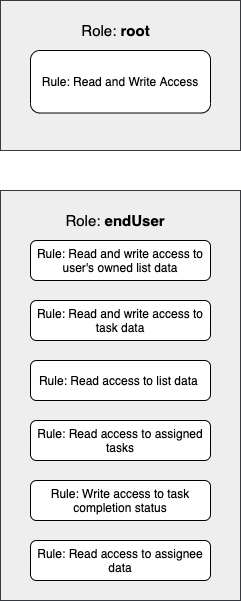
The draw.io diagram src/Images/drawio-images/rules.drawio.png in fluree/to-do-lists-generator, before a commit. Source tidied: cells renumbered, new cells last; positions are measured from the earlier drawing's top-left corner, leaving out a move shared by most shapes. Source of this version:
```xml
<mxGraphModel>
  <root>
    <mxCell id="0" />
    <mxCell id="1" parent="0" />
    <mxCell id="2" style="whiteSpace=wrap;html=1;fillColor=#eeeeee;strokeColor=#36393d;" parent="1" vertex="1">
      <mxGeometry y="190" width="240" height="410" as="geometry" />
    </mxCell>
    <mxCell id="3" style="whiteSpace=wrap;html=1;fillColor=#eeeeee;strokeColor=#36393d;" parent="1" vertex="1">
      <mxGeometry width="240" height="150" as="geometry" />
    </mxCell>
    <mxCell id="4" value="Rule: Read and Write Access" style="rounded=1;whiteSpace=wrap;html=1;" parent="1" vertex="1">
      <mxGeometry x="30" y="50" width="180" height="62.5" as="geometry" />
    </mxCell>
    <mxCell id="5" value="&lt;font style=&quot;font-size: 15px&quot; color=&quot;#000000&quot;&gt;Role: &lt;b&gt;root&lt;/b&gt;&lt;/font&gt;" style="text;html=1;strokeColor=none;fillColor=none;align=center;verticalAlign=middle;whiteSpace=wrap;rounded=0;" parent="1" vertex="1">
      <mxGeometry x="57.5" y="10" width="115" height="40" as="geometry" />
    </mxCell>
    <mxCell id="6" value="&lt;font color=&quot;#000000&quot; style=&quot;font-size: 15px&quot;&gt;Role: &lt;b&gt;endUser&lt;/b&gt;&lt;/font&gt;" style="text;html=1;strokeColor=none;fillColor=none;align=center;verticalAlign=middle;whiteSpace=wrap;rounded=0;" parent="1" vertex="1">
      <mxGeometry x="50" y="210" width="130" height="20" as="geometry" />
    </mxCell>
    <mxCell id="7" value="Rule: Read and write access to user's owned list data" style="rounded=1;whiteSpace=wrap;html=1;" parent="1" vertex="1">
      <mxGeometry x="30" y="240" width="180" height="40" as="geometry" />
    </mxCell>
    <mxCell id="8" value="Rule: Read and write access to task data" style="rounded=1;whiteSpace=wrap;html=1;" parent="1" vertex="1">
      <mxGeometry x="30" y="300" width="180" height="40" as="geometry" />
    </mxCell>
    <mxCell id="9" value="Rule: Write access to task completion status" style="rounded=1;whiteSpace=wrap;html=1;" parent="1" vertex="1">
      <mxGeometry x="30" y="480" width="180" height="40" as="geometry" />
    </mxCell>
    <mxCell id="10" value="Rule: Read access to list data&amp;nbsp;" style="rounded=1;whiteSpace=wrap;html=1;" parent="1" vertex="1">
      <mxGeometry x="30" y="360" width="180" height="40" as="geometry" />
    </mxCell>
    <mxCell id="11" value="Rule: Read access to assignee data" style="rounded=1;whiteSpace=wrap;html=1;" parent="1" vertex="1">
      <mxGeometry x="30" y="540" width="180" height="40" as="geometry" />
    </mxCell>
    <mxCell id="12" value="Rule: Read access to assigned tasks" style="rounded=1;whiteSpace=wrap;html=1;" parent="1" vertex="1">
      <mxGeometry x="30" y="420" width="180" height="40" as="geometry" />
    </mxCell>
  </root>
</mxGraphModel>
```
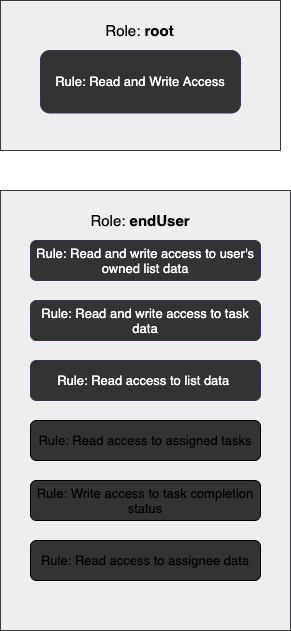
The same diagram one commit later.

Commit message:
change background color/ adjust text size

Diff of the diagram source:
```diff
@@ -3,37 +3,37 @@
     <mxCell id="0" />
     <mxCell id="1" parent="0" />
     <mxCell id="2" style="whiteSpace=wrap;html=1;fillColor=#eeeeee;strokeColor=#36393d;" parent="1" vertex="1">
-      <mxGeometry y="190" width="240" height="410" as="geometry" />
+      <mxGeometry y="190" width="290" height="440" as="geometry" />
     </mxCell>
     <mxCell id="3" style="whiteSpace=wrap;html=1;fillColor=#eeeeee;strokeColor=#36393d;" parent="1" vertex="1">
-      <mxGeometry width="240" height="150" as="geometry" />
+      <mxGeometry width="280" height="150" as="geometry" />
     </mxCell>
-    <mxCell id="4" value="Rule: Read and Write Access" style="rounded=1;whiteSpace=wrap;html=1;" parent="1" vertex="1">
-      <mxGeometry x="30" y="50" width="180" height="62.5" as="geometry" />
+    <mxCell id="4" value="&lt;font style=&quot;font-size: 13px&quot;&gt;Rule: Read and Write Access&lt;/font&gt;" style="rounded=1;whiteSpace=wrap;html=1;strokeColor=#432D57;fontColor=#ffffff;fillColor=#333333;" parent="1" vertex="1">
+      <mxGeometry x="40" y="50" width="200" height="62.5" as="geometry" />
     </mxCell>
     <mxCell id="5" value="&lt;font style=&quot;font-size: 15px&quot; color=&quot;#000000&quot;&gt;Role: &lt;b&gt;root&lt;/b&gt;&lt;/font&gt;" style="text;html=1;strokeColor=none;fillColor=none;align=center;verticalAlign=middle;whiteSpace=wrap;rounded=0;" parent="1" vertex="1">
-      <mxGeometry x="57.5" y="10" width="115" height="40" as="geometry" />
+      <mxGeometry x="72.5" y="10" width="132.5" height="40" as="geometry" />
     </mxCell>
     <mxCell id="6" value="&lt;font color=&quot;#000000&quot; style=&quot;font-size: 15px&quot;&gt;Role: &lt;b&gt;endUser&lt;/b&gt;&lt;/font&gt;" style="text;html=1;strokeColor=none;fillColor=none;align=center;verticalAlign=middle;whiteSpace=wrap;rounded=0;" parent="1" vertex="1">
-      <mxGeometry x="50" y="210" width="130" height="20" as="geometry" />
+      <mxGeometry x="75" y="210" width="130" height="20" as="geometry" />
     </mxCell>
-    <mxCell id="7" value="Rule: Read and write access to user's owned list data" style="rounded=1;whiteSpace=wrap;html=1;" parent="1" vertex="1">
-      <mxGeometry x="30" y="240" width="180" height="40" as="geometry" />
+    <mxCell id="7" value="&lt;font style=&quot;font-size: 13px&quot;&gt;Rule: Read and write access to user's owned list data&lt;/font&gt;" style="rounded=1;whiteSpace=wrap;html=1;strokeColor=#432D57;fontColor=#ffffff;fillColor=#333333;" parent="1" vertex="1">
+      <mxGeometry x="30" y="240" width="230" height="40" as="geometry" />
     </mxCell>
-    <mxCell id="8" value="Rule: Read and write access to task data" style="rounded=1;whiteSpace=wrap;html=1;" parent="1" vertex="1">
-      <mxGeometry x="30" y="300" width="180" height="40" as="geometry" />
+    <mxCell id="8" value="&lt;font style=&quot;font-size: 13px&quot;&gt;Rule: Read and write access to task data&lt;/font&gt;" style="rounded=1;whiteSpace=wrap;html=1;strokeColor=#432D57;fontColor=#ffffff;fillColor=#333333;" parent="1" vertex="1">
+      <mxGeometry x="30" y="300" width="230" height="40" as="geometry" />
     </mxCell>
-    <mxCell id="9" value="Rule: Write access to task completion status" style="rounded=1;whiteSpace=wrap;html=1;" parent="1" vertex="1">
-      <mxGeometry x="30" y="480" width="180" height="40" as="geometry" />
+    <mxCell id="9" value="&lt;font style=&quot;font-size: 13px&quot;&gt;Rule: Write access to task completion status&lt;/font&gt;" style="rounded=1;whiteSpace=wrap;html=1;fillColor=#333333;" parent="1" vertex="1">
+      <mxGeometry x="30" y="480" width="230" height="40" as="geometry" />
     </mxCell>
-    <mxCell id="10" value="Rule: Read access to list data&amp;nbsp;" style="rounded=1;whiteSpace=wrap;html=1;" parent="1" vertex="1">
-      <mxGeometry x="30" y="360" width="180" height="40" as="geometry" />
+    <mxCell id="10" value="&lt;font style=&quot;font-size: 13px&quot;&gt;Rule: Read access to list data&amp;nbsp;&lt;/font&gt;" style="rounded=1;whiteSpace=wrap;html=1;strokeColor=#432D57;fontColor=#ffffff;fillColor=#333333;" parent="1" vertex="1">
+      <mxGeometry x="30" y="360" width="230" height="40" as="geometry" />
     </mxCell>
-    <mxCell id="11" value="Rule: Read access to assignee data" style="rounded=1;whiteSpace=wrap;html=1;" parent="1" vertex="1">
-      <mxGeometry x="30" y="540" width="180" height="40" as="geometry" />
+    <mxCell id="11" value="&lt;font style=&quot;font-size: 13px&quot;&gt;Rule: Read access to assignee data&lt;/font&gt;" style="rounded=1;whiteSpace=wrap;html=1;fillColor=#333333;" parent="1" vertex="1">
+      <mxGeometry x="30" y="540" width="230" height="40" as="geometry" />
     </mxCell>
-    <mxCell id="12" value="Rule: Read access to assigned tasks" style="rounded=1;whiteSpace=wrap;html=1;" parent="1" vertex="1">
-      <mxGeometry x="30" y="420" width="180" height="40" as="geometry" />
+    <mxCell id="12" value="&lt;font style=&quot;font-size: 13px&quot;&gt;Rule: Read access to assigned tasks&lt;/font&gt;" style="rounded=1;whiteSpace=wrap;html=1;fillColor=#333333;" parent="1" vertex="1">
+      <mxGeometry x="30" y="420" width="230" height="40" as="geometry" />
     </mxCell>
   </root>
 </mxGraphModel>
```
